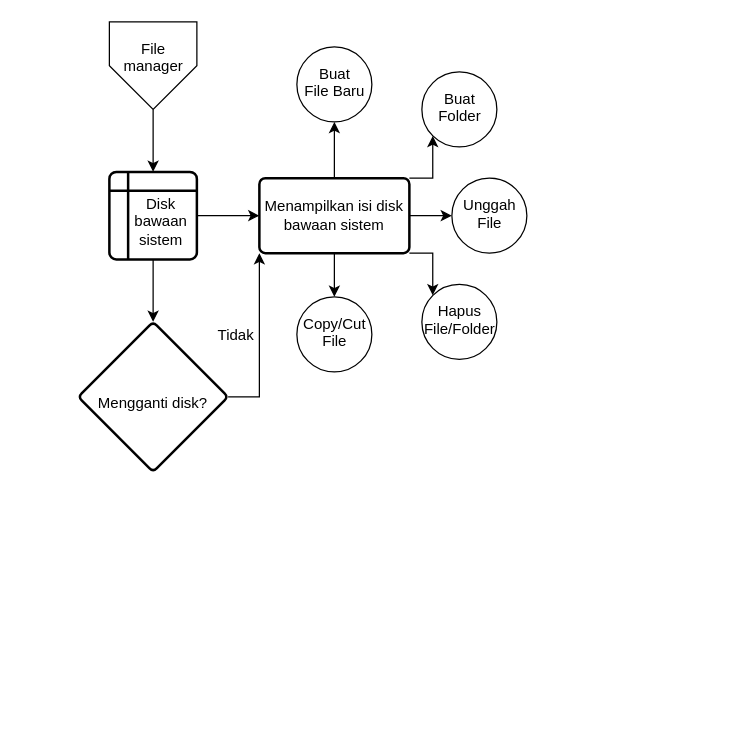
This is page "Collage - Filemanager" (4 of 4) of FilemanagerLPMI.drawio from muhfajarm/laravel-file-manager, a draw.io file, before an edit. Source tidied: cells renumbered, new cells numbered last; positions are measured from the earlier drawing's top-left corner, leaving out a move shared by most shapes. Both pictures are drawn from the tidied source at 125%, with x=0, y=0 at pixel (78, 21).
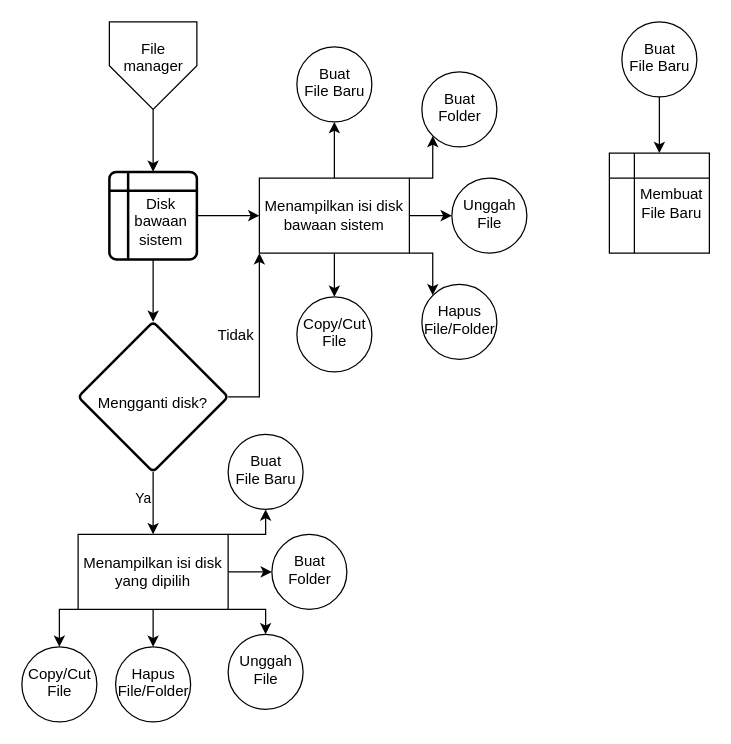
After the change.

Unchanged cells that the change refers to:
```xml
<mxCell id="11" value="Mengganti disk?" style="rhombus;whiteSpace=wrap;html=1;rounded=1;arcSize=8;strokeWidth=2;spacingRight=0;spacingLeft=0;spacingTop=10;" parent="1" vertex="1">
  <mxGeometry y="240" width="120" height="120" as="geometry" />
</mxCell>
```

What changed in the source:
```diff
@@
-    <mxCell id="10" value="Menampilkan isi disk bawaan sistem" style="whiteSpace=wrap;html=1;rounded=1;arcSize=8;strokeWidth=2;spacingRight=0;spacingLeft=0;" parent="1" vertex="1">
+    <mxCell id="10" value="Menampilkan isi disk bawaan sistem" style="whiteSpace=wrap;html=1;rounded=0;arcSize=8;strokeWidth=1;spacingRight=0;spacingLeft=0;" parent="1" vertex="1">
       <mxGeometry x="145" y="125" width="120" height="60" as="geometry" />
     </mxCell>
+    <mxCell id="21" style="edgeStyle=orthogonalEdgeStyle;rounded=0;jettySize=auto;html=1;" parent="1" edge="1" source="11" target="28">
+      <mxGeometry relative="1" as="geometry" />
+    </mxCell>
+    <mxCell id="22" value="Ya" style="edgeLabel;html=1;align=center;verticalAlign=middle;" parent="21" vertex="1">
+      <mxGeometry x="-0.8" relative="1" as="geometry">
+        <mxPoint x="-9" y="15" as="offset" />
+      </mxGeometry>
+    </mxCell>
@@
+    <mxCell id="23" style="edgeStyle=orthogonalEdgeStyle;rounded=0;jettySize=auto;html=1;" parent="1" edge="1" source="28" target="30">
+      <mxGeometry relative="1" as="geometry" />
+    </mxCell>
+    <mxCell id="24" style="edgeStyle=orthogonalEdgeStyle;rounded=0;jettySize=auto;html=1;exitX=1;exitY=0;exitDx=0;exitDy=0;entryX=0.5;entryY=1;entryDx=0;entryDy=0;entryPerimeter=0;" parent="1" edge="1" source="28" target="29">
+      <mxGeometry relative="1" as="geometry" />
+    </mxCell>
+    <mxCell id="25" style="edgeStyle=orthogonalEdgeStyle;rounded=0;jettySize=auto;html=1;exitX=1;exitY=1;exitDx=0;exitDy=0;entryX=0.5;entryY=0;entryDx=0;entryDy=0;entryPerimeter=0;" parent="1" edge="1" source="28" target="31">
+      <mxGeometry relative="1" as="geometry" />
+    </mxCell>
+    <mxCell id="26" style="edgeStyle=orthogonalEdgeStyle;rounded=0;jettySize=auto;html=1;" parent="1" edge="1" source="28" target="32">
+      <mxGeometry relative="1" as="geometry" />
+    </mxCell>
+    <mxCell id="27" style="edgeStyle=orthogonalEdgeStyle;rounded=0;jettySize=auto;html=1;exitX=0;exitY=1;exitDx=0;exitDy=0;entryX=0.5;entryY=0;entryDx=0;entryDy=0;entryPerimeter=0;" parent="1" edge="1" source="28" target="33">
+      <mxGeometry relative="1" as="geometry" />
+    </mxCell>
+    <mxCell id="28" value="Menampilkan isi disk yang dipilih" style="rounded=0;whiteSpace=wrap;html=1;" parent="1" vertex="1">
+      <mxGeometry y="410" width="120" height="60" as="geometry" />
+    </mxCell>
+    <mxCell id="29" value="&lt;div&gt;Buat&lt;/div&gt;&lt;div&gt;File Baru&lt;br&gt;&lt;/div&gt;" style="verticalLabelPosition=bottom;verticalAlign=top;html=1;shape=mxgraph.flowchart.on-page_reference;fontSize=12;spacing=-50;" parent="1" vertex="1">
+      <mxGeometry x="120" y="330" width="60" height="60" as="geometry" />
+    </mxCell>
+    <mxCell id="30" value="&lt;div&gt;Buat&lt;/div&gt;&lt;div&gt;Folder&lt;/div&gt;" style="verticalLabelPosition=bottom;verticalAlign=top;html=1;shape=mxgraph.flowchart.on-page_reference;fontSize=12;spacing=-50;" parent="1" vertex="1">
+      <mxGeometry x="155" y="410" width="60" height="60" as="geometry" />
+    </mxCell>
+    <mxCell id="31" value="&lt;div&gt;Unggah&lt;/div&gt;&lt;div&gt;File&lt;br&gt;&lt;/div&gt;" style="verticalLabelPosition=bottom;verticalAlign=top;html=1;shape=mxgraph.flowchart.on-page_reference;fontSize=12;spacing=-50;" parent="1" vertex="1">
+      <mxGeometry x="120" y="490" width="60" height="60" as="geometry" />
+    </mxCell>
+    <mxCell id="32" value="&lt;div&gt;Hapus&lt;/div&gt;&lt;div&gt;File/Folder&lt;br&gt;&lt;/div&gt;" style="verticalLabelPosition=bottom;verticalAlign=top;html=1;shape=mxgraph.flowchart.on-page_reference;fontSize=12;spacing=-50;" parent="1" vertex="1">
+      <mxGeometry x="30" y="500" width="60" height="60" as="geometry" />
+    </mxCell>
+    <mxCell id="33" value="&lt;div&gt;Copy/Cut&lt;/div&gt;&lt;div&gt;File&lt;br&gt;&lt;/div&gt;" style="verticalLabelPosition=bottom;verticalAlign=top;html=1;shape=mxgraph.flowchart.on-page_reference;fontSize=12;spacing=-50;" parent="1" vertex="1">
+      <mxGeometry x="-45" y="500" width="60" height="60" as="geometry" />
+    </mxCell>
+    <mxCell id="34" style="edgeStyle=orthogonalEdgeStyle;rounded=0;jettySize=auto;html=1;" parent="1" edge="1" source="35" target="36">
+      <mxGeometry relative="1" as="geometry" />
+    </mxCell>
+    <mxCell id="35" value="&lt;div&gt;Buat&lt;/div&gt;&lt;div&gt;File Baru&lt;br&gt;&lt;/div&gt;" style="verticalLabelPosition=bottom;verticalAlign=top;html=1;shape=mxgraph.flowchart.on-page_reference;fontSize=12;spacing=-50;" parent="1" vertex="1">
+      <mxGeometry x="435" width="60" height="60" as="geometry" />
+    </mxCell>
+    <mxCell id="36" value="&lt;div&gt;Membuat&lt;/div&gt;&lt;div&gt;File Baru&lt;/div&gt;" style="shape=internalStorage;whiteSpace=wrap;html=1;backgroundOutline=1;rounded=0;strokeWidth=1;spacingLeft=20;" parent="1" vertex="1">
+      <mxGeometry x="425" y="105" width="80" height="80" as="geometry" />
+    </mxCell>
```
